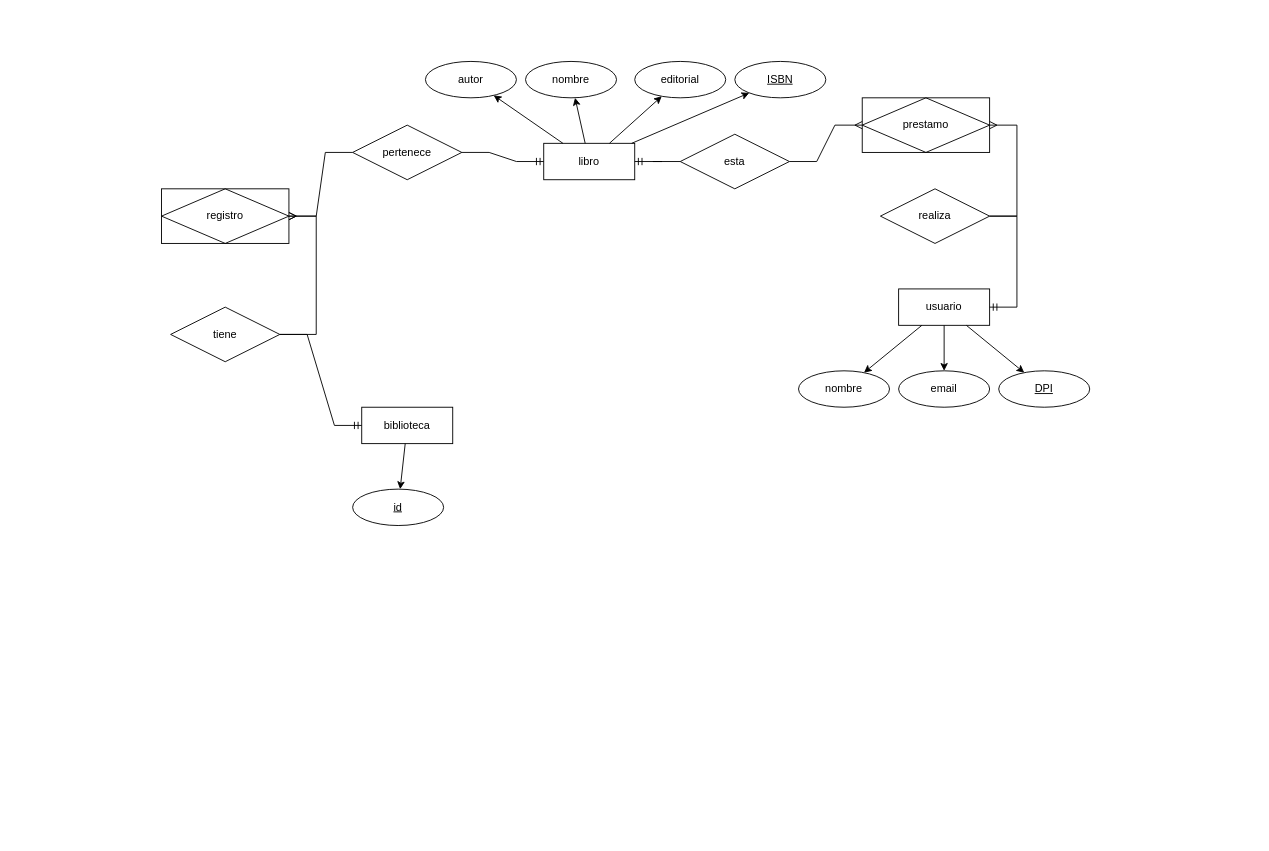
Before: diagrama-E-R.drawio in cristianvasquez-cunoc/empresa-bibliotecas, a draw.io diagram. Source tidied: cells renumbered, new cells numbered last; positions are measured from the earlier drawing's top-left corner, leaving out a move shared by most shapes. Both pictures are drawn from the tidied source at 91%, with x=0, y=0 at pixel (161, 61).
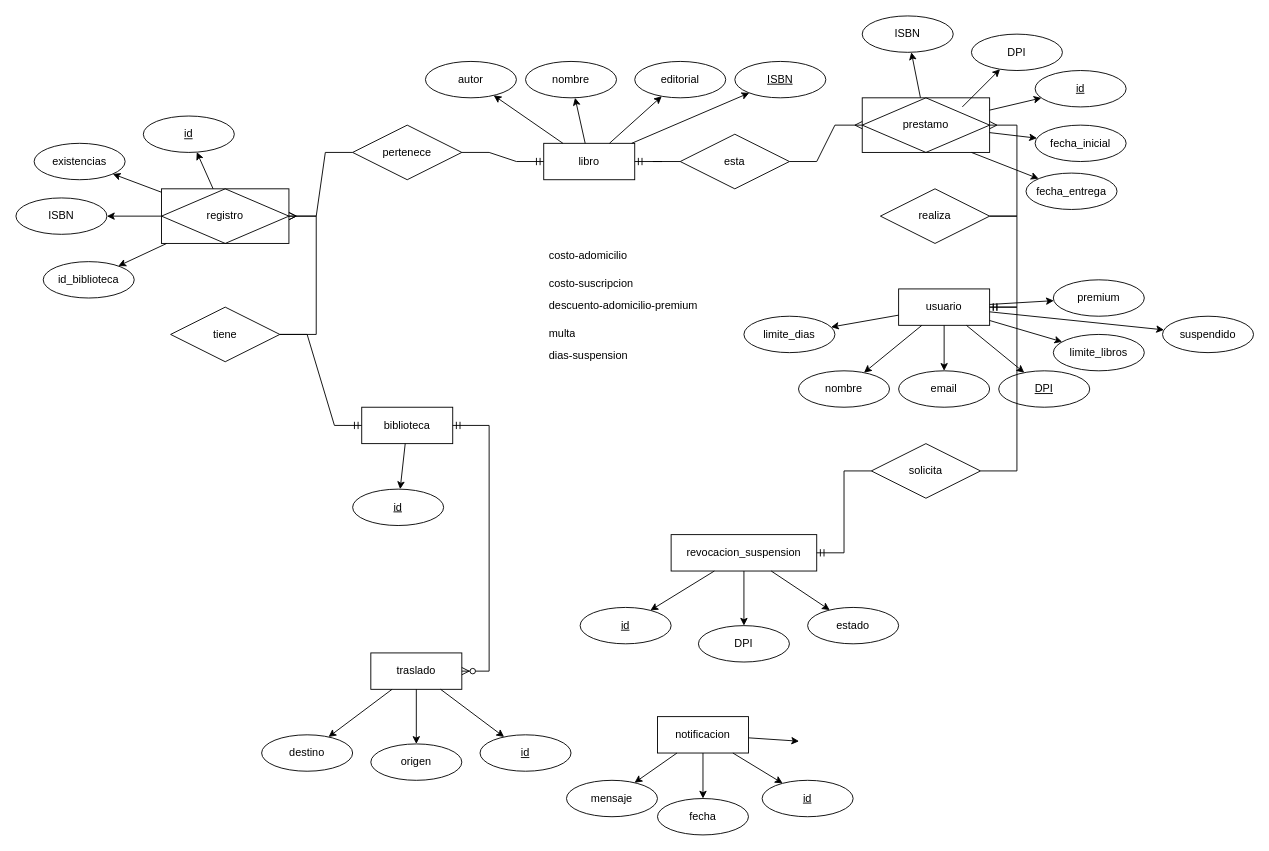
Above is the later version.

Commit message:
agregue propiedades al diagrama

Unchanged cells that the change refers to:
```xml
<mxCell id="2" value="biblioteca" style="whiteSpace=wrap;html=1;align=center;" parent="1" vertex="1">
  <mxGeometry x="220" y="380" width="100" height="40" as="geometry" />
</mxCell>
<mxCell id="3" value="usuario" style="whiteSpace=wrap;html=1;align=center;" parent="1" vertex="1">
  <mxGeometry x="810" y="250" width="100" height="40" as="geometry" />
</mxCell>
<mxCell id="15" value="prestamo" style="shape=associativeEntity;whiteSpace=wrap;html=1;align=center;" parent="1" vertex="1">
  <mxGeometry x="770" y="40" width="140" height="60" as="geometry" />
</mxCell>
<mxCell id="28" value="registro" style="shape=associativeEntity;whiteSpace=wrap;html=1;align=center;" parent="1" vertex="1">
  <mxGeometry y="140" width="140" height="60" as="geometry" />
</mxCell>
```

Diff of the diagram source:
```diff
@@
+    <mxCell id="35" value="id" style="ellipse;whiteSpace=wrap;html=1;align=center;fontStyle=4;" parent="1" vertex="1">
+      <mxGeometry x="-20" y="60" width="100" height="40" as="geometry" />
+    </mxCell>
+    <mxCell id="36" value="existencias" style="ellipse;whiteSpace=wrap;html=1;align=center;" parent="1" vertex="1">
+      <mxGeometry x="-140" y="90" width="100" height="40" as="geometry" />
+    </mxCell>
+    <mxCell id="37" style="endArrow=classic;html=1;rounded=0;" parent="1" edge="1" source="28" target="35">
+      <mxGeometry relative="1" as="geometry" />
+    </mxCell>
+    <mxCell id="38" style="endArrow=classic;html=1;rounded=0;" parent="1" edge="1" source="28" target="36">
+      <mxGeometry relative="1" as="geometry" />
+    </mxCell>
+    <mxCell id="39" style="endArrow=classic;html=1;rounded=0;" parent="1" edge="1" source="28" target="40">
+      <mxGeometry relative="1" as="geometry" />
+    </mxCell>
+    <mxCell id="40" value="id_biblioteca" style="ellipse;whiteSpace=wrap;html=1;align=center;" parent="1" vertex="1">
+      <mxGeometry x="-130" y="220" width="100" height="40" as="geometry" />
+    </mxCell>
+    <mxCell id="41" style="endArrow=classic;html=1;rounded=0;" parent="1" edge="1" source="28" target="42">
+      <mxGeometry relative="1" as="geometry" />
+    </mxCell>
+    <mxCell id="42" value="ISBN" style="ellipse;whiteSpace=wrap;html=1;align=center;" parent="1" vertex="1">
+      <mxGeometry x="-160" y="150" width="100" height="40" as="geometry" />
+    </mxCell>
+    <mxCell id="43" value="ISBN" style="ellipse;whiteSpace=wrap;html=1;align=center;" parent="1" vertex="1">
+      <mxGeometry x="770" y="-50" width="100" height="40" as="geometry" />
+    </mxCell>
+    <mxCell id="44" style="endArrow=classic;html=1;rounded=0;" parent="1" edge="1" source="15" target="43">
+      <mxGeometry relative="1" as="geometry" />
+    </mxCell>
+    <mxCell id="45" value="fecha_inicial" style="ellipse;whiteSpace=wrap;html=1;align=center;" parent="1" vertex="1">
+      <mxGeometry x="960" y="70" width="100" height="40" as="geometry" />
+    </mxCell>
+    <mxCell id="46" style="endArrow=classic;html=1;rounded=0;" parent="1" edge="1" source="15" target="45">
+      <mxGeometry relative="1" as="geometry" />
+    </mxCell>
+    <mxCell id="47" value="id" style="ellipse;whiteSpace=wrap;html=1;align=center;fontStyle=4;" parent="1" vertex="1">
+      <mxGeometry x="960" y="10" width="100" height="40" as="geometry" />
+    </mxCell>
+    <mxCell id="48" style="endArrow=classic;html=1;rounded=0;" parent="1" edge="1" source="15" target="47">
+      <mxGeometry relative="1" as="geometry" />
+    </mxCell>
+    <mxCell id="49" value="DPI" style="ellipse;whiteSpace=wrap;html=1;align=center;" parent="1" vertex="1">
+      <mxGeometry x="890" y="-30" width="100" height="40" as="geometry" />
+    </mxCell>
+    <mxCell id="50" style="endArrow=classic;html=1;rounded=0;" parent="1" edge="1" target="49">
+      <mxGeometry relative="1" as="geometry">
+        <mxPoint x="880" y="50" as="sourcePoint" />
+      </mxGeometry>
+    </mxCell>
+    <mxCell id="51" value="fecha_entrega" style="ellipse;whiteSpace=wrap;html=1;align=center;" parent="1" vertex="1">
+      <mxGeometry x="950" y="122.7" width="100" height="40" as="geometry" />
+    </mxCell>
+    <mxCell id="52" style="endArrow=classic;html=1;rounded=0;" parent="1" edge="1" target="51">
+      <mxGeometry relative="1" as="geometry">
+        <mxPoint x="890" y="100" as="sourcePoint" />
+      </mxGeometry>
+    </mxCell>
+    <mxCell id="53" value="premium" style="ellipse;whiteSpace=wrap;html=1;align=center;" parent="1" vertex="1">
+      <mxGeometry x="980" y="240" width="100" height="40" as="geometry" />
+    </mxCell>
+    <mxCell id="54" style="endArrow=classic;html=1;rounded=0;" parent="1" edge="1" source="3" target="53">
+      <mxGeometry relative="1" as="geometry" />
+    </mxCell>
+    <mxCell id="55" value="limite_dias" style="ellipse;whiteSpace=wrap;html=1;align=center;" parent="1" vertex="1">
+      <mxGeometry x="640" y="280" width="100" height="40" as="geometry" />
+    </mxCell>
+    <mxCell id="56" style="endArrow=classic;html=1;rounded=0;" parent="1" edge="1" source="3" target="55">
+      <mxGeometry relative="1" as="geometry" />
+    </mxCell>
+    <mxCell id="57" value="limite_libros" style="ellipse;whiteSpace=wrap;html=1;align=center;" parent="1" vertex="1">
+      <mxGeometry x="980" y="300" width="100" height="40" as="geometry" />
+    </mxCell>
+    <mxCell id="58" style="endArrow=classic;html=1;rounded=0;" parent="1" edge="1" source="3" target="57">
+      <mxGeometry relative="1" as="geometry" />
+    </mxCell>
+    <mxCell id="59" value="costo-adomicilio" style="text;strokeColor=none;fillColor=none;spacingLeft=4;spacingRight=4;overflow=hidden;fontSize=12;whiteSpace=wrap;html=1;" parent="1" vertex="1">
+      <mxGeometry x="420" y="200" width="120" height="30" as="geometry" />
+    </mxCell>
+    <mxCell id="60" value="costo-suscripcion" style="text;strokeColor=none;fillColor=none;spacingLeft=4;spacingRight=4;overflow=hidden;fontSize=12;whiteSpace=wrap;html=1;" parent="1" vertex="1">
+      <mxGeometry x="420" y="230" width="120" height="30" as="geometry" />
+    </mxCell>
+    <mxCell id="61" value="descuento-adomicilio-premium" style="text;strokeColor=none;fillColor=none;spacingLeft=4;spacingRight=4;overflow=hidden;fontSize=12;whiteSpace=wrap;html=1;" parent="1" vertex="1">
+      <mxGeometry x="420" y="255" width="210" height="30" as="geometry" />
+    </mxCell>
+    <mxCell id="62" value="multa" style="text;strokeColor=none;fillColor=none;spacingLeft=4;spacingRight=4;overflow=hidden;fontSize=12;whiteSpace=wrap;html=1;" parent="1" vertex="1">
+      <mxGeometry x="420" y="285" width="210" height="30" as="geometry" />
+    </mxCell>
+    <mxCell id="63" value="suspendido" style="ellipse;whiteSpace=wrap;html=1;align=center;" parent="1" vertex="1">
+      <mxGeometry x="1100" y="280" width="100" height="40" as="geometry" />
+    </mxCell>
+    <mxCell id="64" style="endArrow=classic;html=1;rounded=0;" parent="1" edge="1" source="3" target="63">
+      <mxGeometry relative="1" as="geometry" />
+    </mxCell>
+    <mxCell id="65" value="revocacion_suspension" style="whiteSpace=wrap;html=1;align=center;" parent="1" vertex="1">
+      <mxGeometry x="560" y="520" width="160" height="40" as="geometry" />
+    </mxCell>
+    <mxCell id="66" value="id" style="ellipse;whiteSpace=wrap;html=1;align=center;fontStyle=4;" parent="1" vertex="1">
+      <mxGeometry x="460" y="600" width="100" height="40" as="geometry" />
+    </mxCell>
+    <mxCell id="67" style="endArrow=classic;html=1;rounded=0;" parent="1" edge="1" source="65" target="66">
+      <mxGeometry relative="1" as="geometry" />
+    </mxCell>
+    <mxCell id="68" value="DPI" style="ellipse;whiteSpace=wrap;html=1;align=center;" parent="1" vertex="1">
+      <mxGeometry x="590" y="620" width="100" height="40" as="geometry" />
+    </mxCell>
+    <mxCell id="69" style="endArrow=classic;html=1;rounded=0;" parent="1" edge="1" source="65" target="68">
+      <mxGeometry relative="1" as="geometry" />
+    </mxCell>
+    <mxCell id="70" value="estado" style="ellipse;whiteSpace=wrap;html=1;align=center;" parent="1" vertex="1">
+      <mxGeometry x="710" y="600" width="100" height="40" as="geometry" />
+    </mxCell>
+    <mxCell id="71" style="endArrow=classic;html=1;rounded=0;" parent="1" edge="1" source="65" target="70">
+      <mxGeometry relative="1" as="geometry" />
+    </mxCell>
+    <mxCell id="72" value="dias-suspension" style="text;strokeColor=none;fillColor=none;spacingLeft=4;spacingRight=4;overflow=hidden;fontSize=12;whiteSpace=wrap;html=1;" parent="1" vertex="1">
+      <mxGeometry x="420" y="310" width="210" height="30" as="geometry" />
+    </mxCell>
+    <mxCell id="73" value="traslado" style="whiteSpace=wrap;html=1;align=center;" parent="1" vertex="1">
+      <mxGeometry x="230" y="650" width="100" height="40" as="geometry" />
+    </mxCell>
+    <mxCell id="74" value="id" style="ellipse;whiteSpace=wrap;html=1;align=center;fontStyle=4;" parent="1" vertex="1">
+      <mxGeometry x="350" y="740" width="100" height="40" as="geometry" />
+    </mxCell>
+    <mxCell id="75" style="endArrow=classic;html=1;rounded=0;" parent="1" edge="1" source="73" target="74">
+      <mxGeometry relative="1" as="geometry" />
+    </mxCell>
+    <mxCell id="76" value="origen" style="ellipse;whiteSpace=wrap;html=1;align=center;" parent="1" vertex="1">
+      <mxGeometry x="230" y="750" width="100" height="40" as="geometry" />
+    </mxCell>
+    <mxCell id="77" style="endArrow=classic;html=1;rounded=0;" parent="1" edge="1" source="73" target="76">
+      <mxGeometry relative="1" as="geometry" />
+    </mxCell>
+    <mxCell id="78" value="destino" style="ellipse;whiteSpace=wrap;html=1;align=center;" parent="1" vertex="1">
+      <mxGeometry x="110" y="740" width="100" height="40" as="geometry" />
+    </mxCell>
+    <mxCell id="79" style="endArrow=classic;html=1;rounded=0;" parent="1" edge="1" source="73" target="78">
+      <mxGeometry relative="1" as="geometry" />
+    </mxCell>
+    <mxCell id="80" style="edgeStyle=entityRelationEdgeStyle;fontSize=12;html=1;endArrow=ERzeroToMany;startArrow=ERmandOne;rounded=0;" parent="1" edge="1" source="2" target="73">
+      <mxGeometry relative="1" as="geometry" />
+    </mxCell>
+    <mxCell id="81" style="edgeStyle=entityRelationEdgeStyle;fontSize=12;html=1;endArrow=ERmandOne;rounded=0;" parent="1" edge="1" source="82" target="3">
+      <mxGeometry relative="1" as="geometry">
+        <Array as="points">
+          <mxPoint x="1040" y="370" />
+          <mxPoint x="1080" y="390" />
+        </Array>
+      </mxGeometry>
+    </mxCell>
+    <mxCell id="82" value="solicita" style="shape=rhombus;perimeter=rhombusPerimeter;whiteSpace=wrap;html=1;align=center;" parent="1" vertex="1">
+      <mxGeometry x="780" y="420" width="120" height="60" as="geometry" />
+    </mxCell>
+    <mxCell id="83" style="edgeStyle=entityRelationEdgeStyle;fontSize=12;html=1;endArrow=ERmandOne;rounded=0;" parent="1" edge="1" source="82" target="65">
+      <mxGeometry relative="1" as="geometry" />
+    </mxCell>
+    <mxCell id="84" value="notificacion" style="whiteSpace=wrap;html=1;align=center;" parent="1" vertex="1">
+      <mxGeometry x="545" y="720" width="100" height="40" as="geometry" />
+    </mxCell>
+    <mxCell id="85" value="id" style="ellipse;whiteSpace=wrap;html=1;align=center;fontStyle=4;" parent="1" vertex="1">
+      <mxGeometry x="660" y="790" width="100" height="40" as="geometry" />
+    </mxCell>
+    <mxCell id="86" style="endArrow=classic;html=1;rounded=0;" parent="1" edge="1" source="84" target="85">
+      <mxGeometry relative="1" as="geometry" />
+    </mxCell>
+    <mxCell id="87" value="mensaje" style="ellipse;whiteSpace=wrap;html=1;align=center;" parent="1" vertex="1">
+      <mxGeometry x="445" y="790" width="100" height="40" as="geometry" />
+    </mxCell>
+    <mxCell id="88" style="endArrow=classic;html=1;rounded=0;" parent="1" edge="1" source="84" target="87">
+      <mxGeometry relative="1" as="geometry" />
+    </mxCell>
+    <mxCell id="89" value="fecha" style="ellipse;whiteSpace=wrap;html=1;align=center;" parent="1" vertex="1">
+      <mxGeometry x="545" y="810" width="100" height="40" as="geometry" />
+    </mxCell>
+    <mxCell id="90" style="endArrow=classic;html=1;rounded=0;" parent="1" edge="1" source="84" target="89">
+      <mxGeometry relative="1" as="geometry" />
+    </mxCell>
+    <mxCell id="91" style="endArrow=classic;html=1;rounded=0;" parent="1" edge="1" source="84">
+      <mxGeometry relative="1" as="geometry">
+        <mxPoint x="700.6" y="747" as="targetPoint" />
+      </mxGeometry>
+    </mxCell>
```
